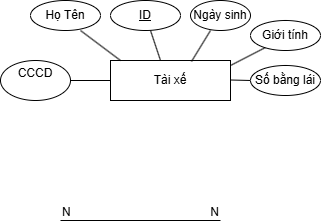
Earlier version of the draw.io export Biểu đồ không có tiêu đề.drawio.png (Dungnony/08-03). Source tidied: cells renumbered, new cells last; positions are measured from the earlier drawing's top-left corner, leaving out a move shared by most shapes.
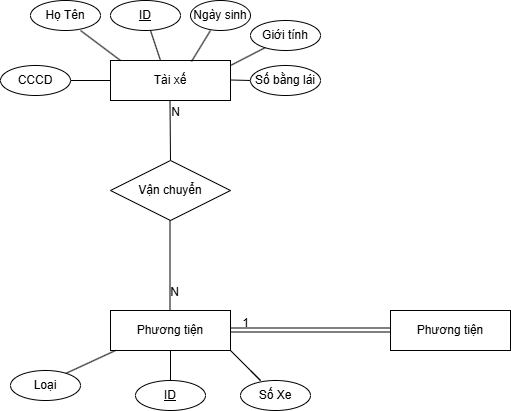
After the change.

What changed in the source:
```diff
@@ -50,20 +50,79 @@
     <mxCell id="13" style="line;strokeWidth=1;dashed=0;labelPosition=right;align=left;verticalAlign=middle;spacingTop=0;spacingLeft=6;" parent="1" vertex="1">
       <mxGeometry x="70" y="75" width="40" height="10" as="geometry" />
     </mxCell>
+    <mxCell id="18" style="endArrow=none;html=1;rounded=0;" parent="1" edge="1">
+      <mxGeometry relative="1" as="geometry">
+        <mxPoint x="170" y="160" as="sourcePoint" />
+        <mxPoint x="169.5" y="100" as="targetPoint" />
+      </mxGeometry>
+    </mxCell>
+    <mxCell id="19" value="N" style="html=1;whiteSpace=wrap;align=right;verticalAlign=bottom;" parent="18" vertex="1">
+      <mxGeometry x="1" relative="1" as="geometry">
+        <mxPoint x="11" y="20" as="offset" />
+      </mxGeometry>
+    </mxCell>
+    <mxCell id="20" value="Vận chuyển" style="shape=rhombus;perimeter=rhombusPerimeter;whiteSpace=wrap;html=1;align=center;" parent="1" vertex="1">
+      <mxGeometry x="110" y="160" width="120" height="60" as="geometry" />
+    </mxCell>
+    <mxCell id="21" style="endArrow=none;html=1;rounded=0;" parent="1" edge="1">
+      <mxGeometry relative="1" as="geometry">
+        <mxPoint x="169.5" y="310" as="sourcePoint" />
+        <mxPoint x="169.5" y="220" as="targetPoint" />
+      </mxGeometry>
+    </mxCell>
+    <mxCell id="22" value="N" style="html=1;whiteSpace=wrap;align=right;verticalAlign=bottom;" parent="21" vertex="1">
+      <mxGeometry x="1" relative="1" as="geometry">
+        <mxPoint x="10" y="80" as="offset" />
+      </mxGeometry>
+    </mxCell>
+    <mxCell id="23" value="Phương tiện" style="rounded=0;whiteSpace=wrap;html=1;" parent="1" vertex="1">
+      <mxGeometry x="110" y="310" width="120" height="40" as="geometry" />
+    </mxCell>
-    <mxCell id="14" value="CCCD&lt;div&gt;&lt;br&gt;&lt;/div&gt;" style="ellipse;whiteSpace=wrap;html=1;align=center;" parent="1" vertex="1">
-      <mxGeometry y="60" width="70" height="40" as="geometry" />
+    <mxCell id="14" value="CCCD" style="ellipse;whiteSpace=wrap;html=1;align=center;" parent="1" vertex="1">
+      <mxGeometry y="65" width="70" height="30" as="geometry" />
     </mxCell>
-    <mxCell id="15" style="endArrow=none;html=1;rounded=0;" parent="1" edge="1">
-      <mxGeometry relative="1" as="geometry">
-        <mxPoint x="60" y="220" as="sourcePoint" />
-        <mxPoint x="220" y="220" as="targetPoint" />
-      </mxGeometry>
-    </mxCell>
-    <mxCell id="16" value="N" style="html=1;whiteSpace=wrap;align=left;verticalAlign=bottom;" parent="15" vertex="1">
-      <mxGeometry x="-1" relative="1" as="geometry" />
-    </mxCell>
-    <mxCell id="17" value="N" style="html=1;whiteSpace=wrap;align=right;verticalAlign=bottom;" parent="15" vertex="1">
-      <mxGeometry x="1" relative="1" as="geometry" />
-    </mxCell>
+    <mxCell id="24" style="endArrow=none;html=1;rounded=0;" parent="1" edge="1">
+      <mxGeometry relative="1" as="geometry">
+        <mxPoint x="50" y="380" as="sourcePoint" />
+        <mxPoint x="115" y="350" as="targetPoint" />
+      </mxGeometry>
+    </mxCell>
+    <mxCell id="25" value="Loại" style="ellipse;whiteSpace=wrap;html=1;align=center;" parent="1" vertex="1">
+      <mxGeometry x="10" y="370" width="70" height="30" as="geometry" />
+    </mxCell>
+    <mxCell id="26" style="endArrow=none;html=1;rounded=0;entryX=0.5;entryY=1;entryDx=0;entryDy=0;" parent="1" edge="1" target="23">
+      <mxGeometry relative="1" as="geometry">
+        <mxPoint x="170" y="380" as="sourcePoint" />
+      </mxGeometry>
+    </mxCell>
+    <mxCell id="27" value="ID" style="ellipse;whiteSpace=wrap;html=1;align=center;fontStyle=4;" parent="1" vertex="1">
+      <mxGeometry x="135" y="380" width="70" height="30" as="geometry" />
+    </mxCell>
+    <mxCell id="28" style="endArrow=none;html=1;rounded=0;entryX=1;entryY=1;entryDx=0;entryDy=0;" parent="1" edge="1" target="23">
+      <mxGeometry relative="1" as="geometry">
+        <mxPoint x="250" y="370" as="sourcePoint" />
+        <Array as="points">
+          <mxPoint x="260" y="380" />
+          <mxPoint x="250" y="370" />
+        </Array>
+      </mxGeometry>
+    </mxCell>
+    <mxCell id="29" value="Số Xe" style="ellipse;whiteSpace=wrap;html=1;align=center;" parent="1" vertex="1">
+      <mxGeometry x="240" y="380" width="70" height="30" as="geometry" />
+    </mxCell>
+    <mxCell id="30" style="shape=link;html=1;rounded=0;" parent="1" edge="1">
+      <mxGeometry relative="1" as="geometry">
+        <mxPoint x="230" y="329.5" as="sourcePoint" />
+        <mxPoint x="390" y="329.5" as="targetPoint" />
+      </mxGeometry>
+    </mxCell>
+    <mxCell id="31" value="1" style="html=1;whiteSpace=wrap;align=right;verticalAlign=bottom;" parent="30" vertex="1">
+      <mxGeometry x="1" relative="1" as="geometry">
+        <mxPoint x="-140" y="1" as="offset" />
+      </mxGeometry>
+    </mxCell>
+    <mxCell id="32" value="Phương tiện" style="rounded=0;whiteSpace=wrap;html=1;" parent="1" vertex="1">
+      <mxGeometry x="390" y="310" width="120" height="40" as="geometry" />
+    </mxCell>
   </root>
 </mxGraphModel>
```
